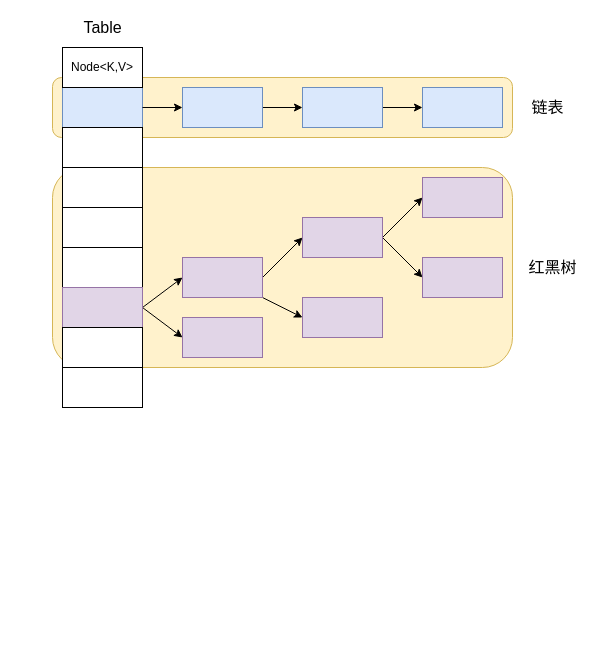
Before: HashMap 的源码分析/HashMap 的源码分析.drawio in zero-97/picture-of-the-article, a draw.io diagram. Source tidied: cells renumbered, new cells numbered last; positions are measured from the earlier drawing's top-left corner, leaving out a move shared by most shapes. Both pictures are drawn from the tidied source at 100%, with x=0, y=0 at pixel (52, 17).
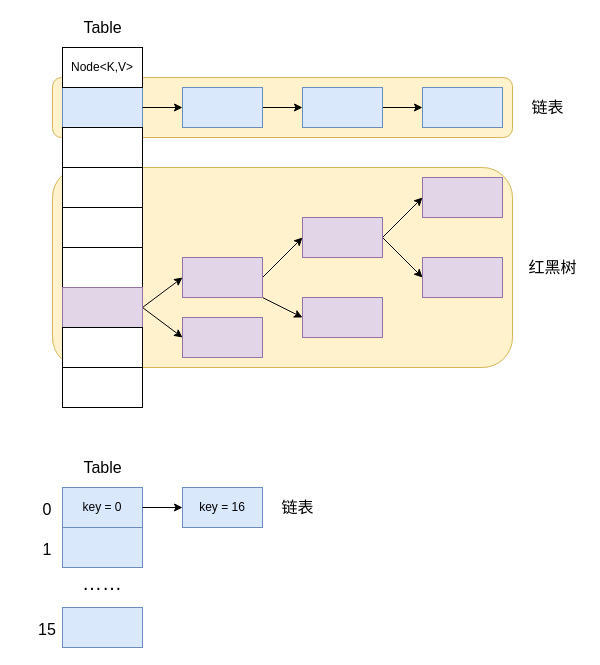
The same page after the edit.

Commit message:
Update HashMap 的源码分析.drawio

Diff of the diagram source:
```diff
@@
+    <mxCell id="34" value="key = 0" style="rounded=0;whiteSpace=wrap;html=1;fillColor=#dae8fc;strokeColor=#6c8ebf;" parent="1" vertex="1">
+      <mxGeometry x="10" y="470" width="80" height="40" as="geometry" />
+    </mxCell>
+    <mxCell id="35" value="&lt;span&gt;key = 16&lt;/span&gt;" style="rounded=0;whiteSpace=wrap;html=1;fillColor=#dae8fc;strokeColor=#6c8ebf;" parent="1" vertex="1">
+      <mxGeometry x="130" y="470" width="80" height="40" as="geometry" />
+    </mxCell>
+    <mxCell id="36" style="endArrow=classic;html=1;rounded=0;exitX=1;exitY=0.5;exitDx=0;exitDy=0;entryX=0;entryY=0.5;entryDx=0;entryDy=0;" parent="1" edge="1" source="34" target="35">
+      <mxGeometry relative="1" as="geometry" />
+    </mxCell>
+    <mxCell id="37" value="&lt;font style=&quot;font-size: 16px&quot;&gt;Table&lt;/font&gt;" style="text;html=1;align=center;verticalAlign=middle;strokeColor=none;fillColor=none;" parent="1" vertex="1">
+      <mxGeometry x="25" y="440" width="50" height="20" as="geometry" />
+    </mxCell>
+    <mxCell id="38" value="链表" style="text;html=1;align=center;verticalAlign=middle;strokeColor=none;fillColor=none;fontSize=16;" parent="1" vertex="1">
+      <mxGeometry x="220" y="480" width="50" height="20" as="geometry" />
+    </mxCell>
+    <mxCell id="39" style="rounded=0;whiteSpace=wrap;html=1;fillColor=#dae8fc;strokeColor=#6c8ebf;" parent="1" vertex="1">
+      <mxGeometry x="10" y="510" width="80" height="40" as="geometry" />
+    </mxCell>
+    <mxCell id="40" style="rounded=0;whiteSpace=wrap;html=1;fillColor=#dae8fc;strokeColor=#6c8ebf;" parent="1" vertex="1">
+      <mxGeometry x="10" y="590" width="80" height="40" as="geometry" />
+    </mxCell>
+    <mxCell id="41" value="&lt;font style=&quot;font-size: 20px&quot;&gt;……&lt;/font&gt;" style="text;html=1;strokeColor=none;fillColor=none;align=center;verticalAlign=middle;whiteSpace=wrap;rounded=0;" parent="1" vertex="1">
+      <mxGeometry x="20" y="550" width="60" height="30" as="geometry" />
+    </mxCell>
+    <mxCell id="42" value="&lt;font style=&quot;font-size: 16px&quot;&gt;0&lt;/font&gt;" style="text;html=1;strokeColor=none;fillColor=none;align=center;verticalAlign=middle;whiteSpace=wrap;rounded=0;fontSize=20;" parent="1" vertex="1">
+      <mxGeometry x="-35" y="475" width="60" height="30" as="geometry" />
+    </mxCell>
+    <mxCell id="43" value="&lt;font style=&quot;font-size: 16px&quot;&gt;1&lt;/font&gt;" style="text;html=1;strokeColor=none;fillColor=none;align=center;verticalAlign=middle;whiteSpace=wrap;rounded=0;fontSize=20;" parent="1" vertex="1">
+      <mxGeometry x="-35" y="515" width="60" height="30" as="geometry" />
+    </mxCell>
+    <mxCell id="44" value="&lt;font style=&quot;font-size: 16px&quot;&gt;15&lt;/font&gt;" style="text;html=1;strokeColor=none;fillColor=none;align=center;verticalAlign=middle;whiteSpace=wrap;rounded=0;fontSize=20;" parent="1" vertex="1">
+      <mxGeometry x="-35" y="595" width="60" height="30" as="geometry" />
+    </mxCell>
```
